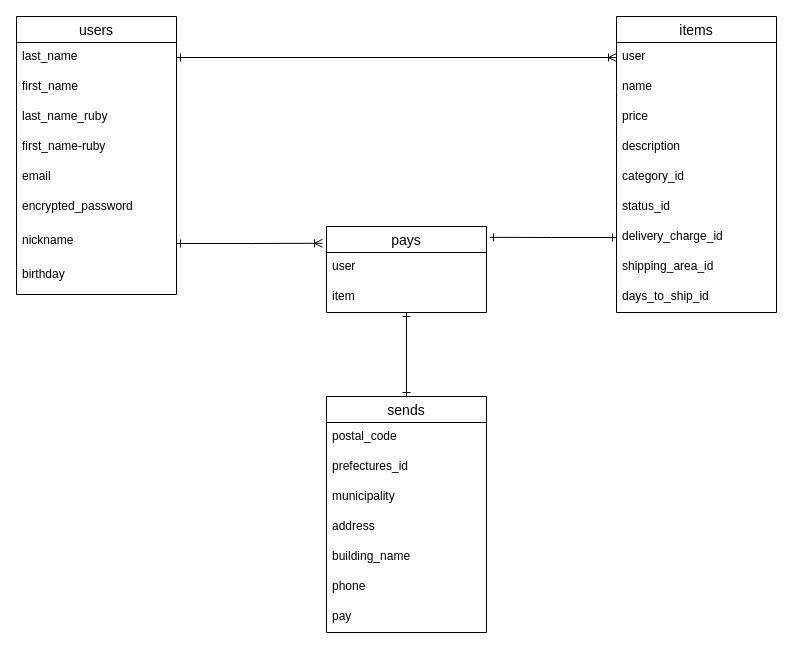
0925Daiki/furima-35540 keeps this draw.io diagram as furima.dio. Above is the earlier version. Source tidied: cells renumbered, new cells numbered last; positions are measured from the earlier drawing's top-left corner, leaving out a move shared by most shapes. Both pictures are drawn from the tidied source at 100%, with x=0, y=0 at pixel (16, 16).
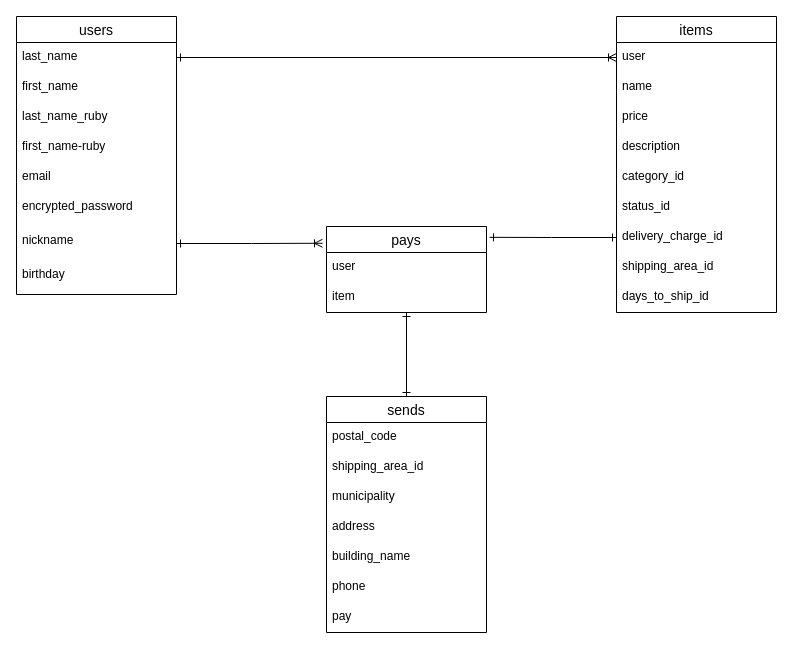
The same page after the edit.

Commit message (it also covers changes not shown here):
データベース設計　修正⑥

The change refers to these unchanged cells:
```xml
<mxCell id="25" value="sends" style="swimlane;fontStyle=0;horizontal=1;startSize=26;align=center;fontSize=14;" parent="1" vertex="1">
  <mxGeometry x="310" y="380" width="160" height="236" as="geometry" />
</mxCell>
```

The edit, as a diff of the source:
```diff
@@
-    <mxCell id="27" value="prefectures_id" style="text;strokeColor=none;fillColor=none;spacingLeft=4;spacingRight=4;overflow=hidden;fontSize=12;" parent="25" vertex="1">
+    <mxCell id="27" value="shipping_area_id" style="text;strokeColor=none;fillColor=none;spacingLeft=4;spacingRight=4;overflow=hidden;fontSize=12;" parent="25" vertex="1">
       <mxGeometry y="56" width="160" height="30" as="geometry" />
     </mxCell>
```
